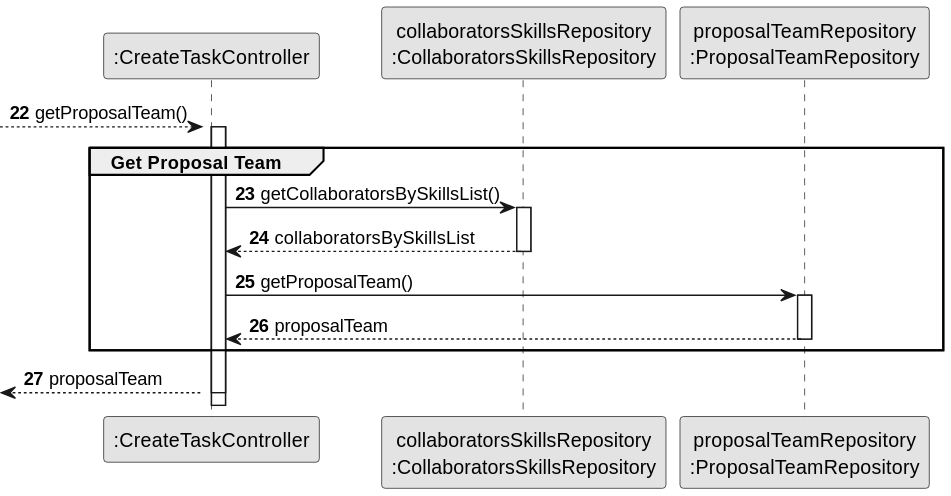
Before: docs/sprint2/us005/03.design/svg/us005-sequence-diagram-partial-proposal-team.svg, a diagram exported from PlantUML (1231360-ISEP/lei-24-s2-1db-g021). Its diagram source:
```plantuml
@startuml
skinparam monochrome true
skinparam packageStyle rectangle
skinparam shadowing false

participant ":CreateTaskController" as CTRL
participant "collaboratorsSkillsRepository\n:CollaboratorsSkillsRepository" as CollaboratorsSkillsRepository
participant "proposalTeamRepository\n:ProposalTeamRepository" as ProposalTeamRepository

autonumber 22

--> CTRL : getProposalTeam()

group Get Proposal Team

    activate CTRL

    activate CTRL

        CTRL -> CollaboratorsSkillsRepository : getCollaboratorsBySkillsList()
    activate CollaboratorsSkillsRepository

    CollaboratorsSkillsRepository --> CTRL: collaboratorsBySkillsList
    deactivate CollaboratorsSkillsRepository

        CTRL -> ProposalTeamRepository : getProposalTeam()
    activate ProposalTeamRepository

    ProposalTeamRepository --> CTRL : proposalTeam
    deactivate ProposalTeamRepository
end
<-- CTRL : proposalTeam
deactivate CTRL
@enduml
```
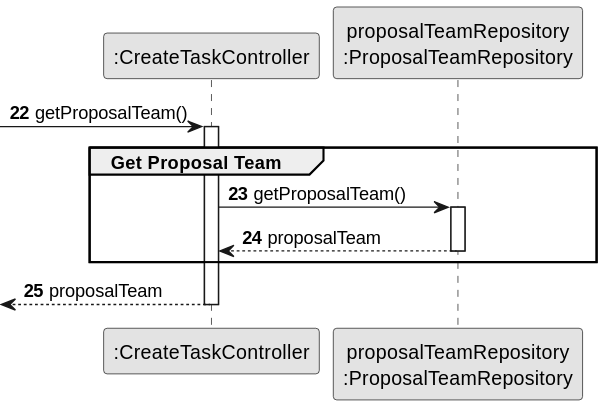
After the change.

Commit message:
Update US05 - Sequence Diagram Split, Full and Partial and SVG´s

Change to the diagram source:
```diff
@@ -4,31 +4,22 @@
 skinparam shadowing false
 
 participant ":CreateTaskController" as CTRL
-participant "collaboratorsSkillsRepository\n:CollaboratorsSkillsRepository" as CollaboratorsSkillsRepository
 participant "proposalTeamRepository\n:ProposalTeamRepository" as ProposalTeamRepository
 
 autonumber 22
 
---> CTRL : getProposalTeam()
+-> CTRL : getProposalTeam()
+activate CTRL
 
 group Get Proposal Team
-
-    activate CTRL
-
-    activate CTRL
-
-        CTRL -> CollaboratorsSkillsRepository : getCollaboratorsBySkillsList()
-    activate CollaboratorsSkillsRepository
-
-    CollaboratorsSkillsRepository --> CTRL: collaboratorsBySkillsList
-    deactivate CollaboratorsSkillsRepository
-
         CTRL -> ProposalTeamRepository : getProposalTeam()
     activate ProposalTeamRepository
 
     ProposalTeamRepository --> CTRL : proposalTeam
     deactivate ProposalTeamRepository
+
 end
+
 <-- CTRL : proposalTeam
 deactivate CTRL
 @enduml
```
